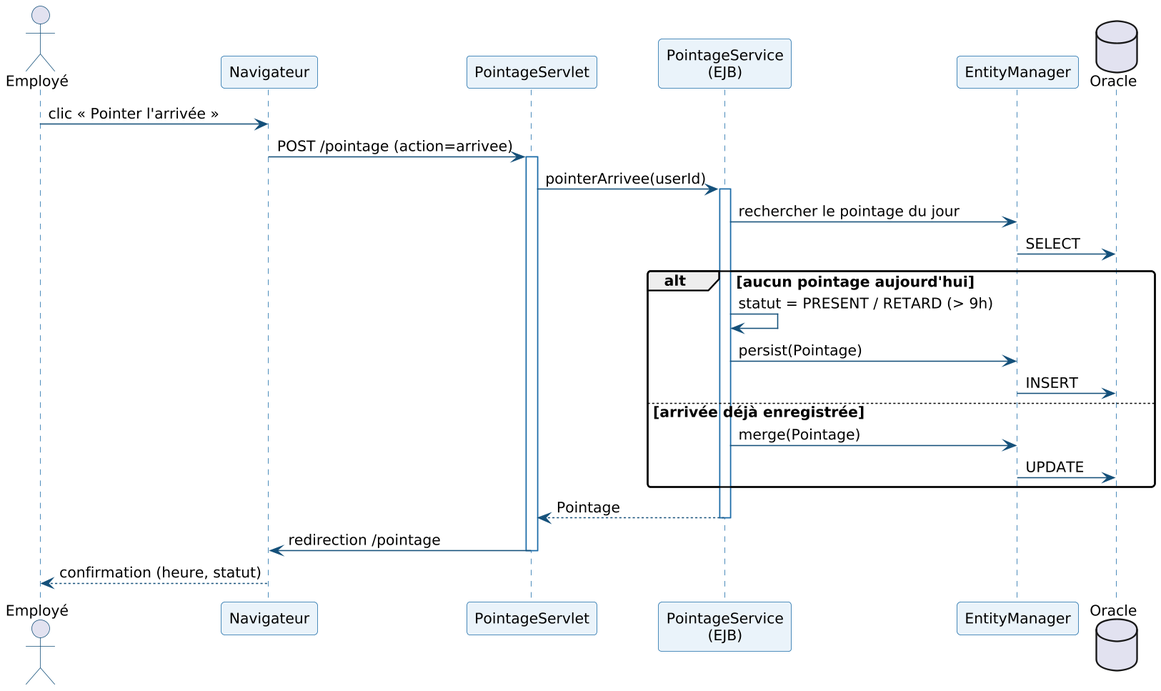
The PlantUML diagram rapport-latex/diagrams/seq_pointage.png in ZizouX0/oussema_korbosli, before a commit.
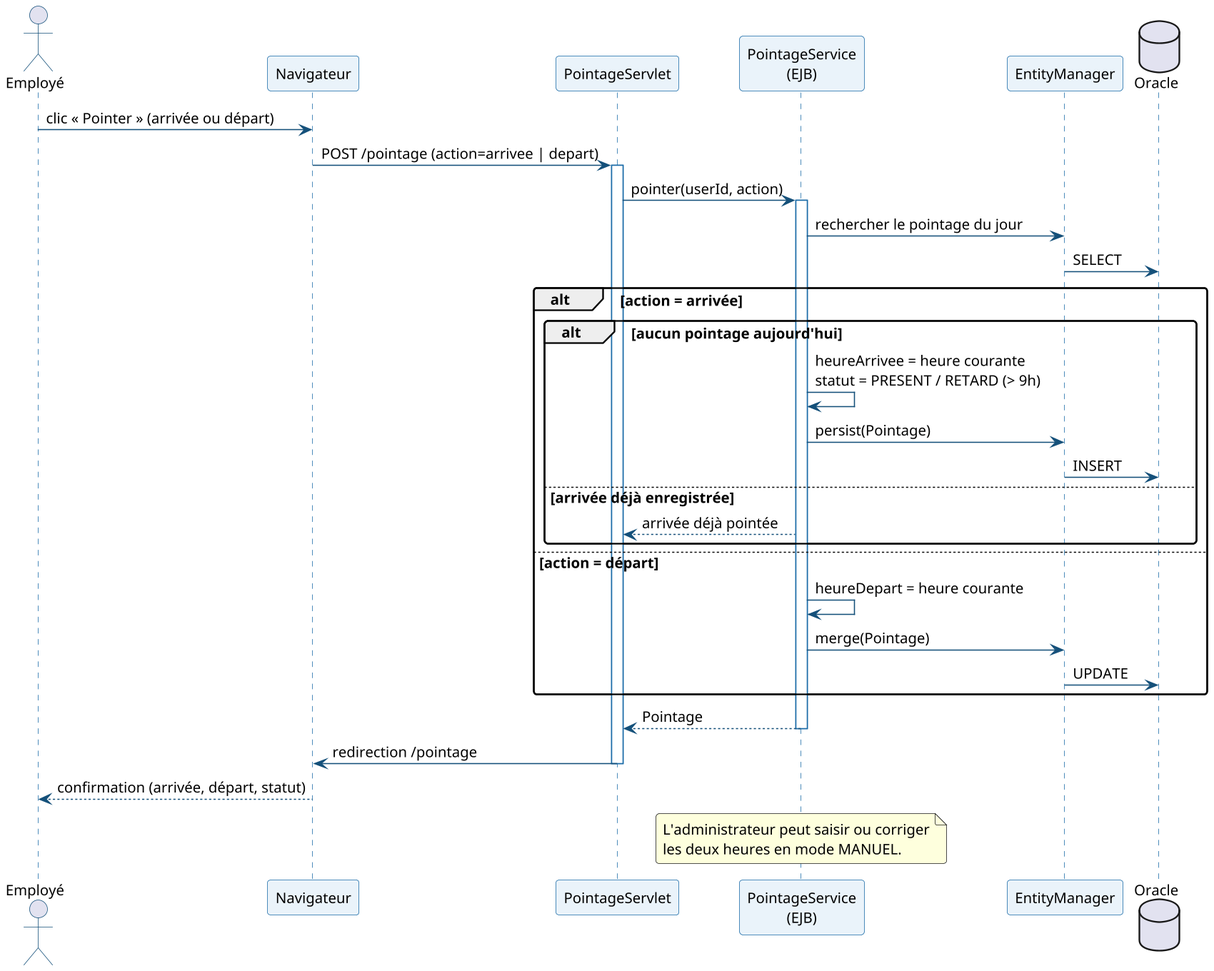
Above is the later version.

Change to the diagram source:
```diff
@@ -20,18 +20,23 @@
 participant "PointageService\n(EJB)" as SVC
 participant "EntityManager" as EM
 database "Oracle" as DB
-EMP -> NAV : clic « Pointer l'arrivée »
-NAV -> SRV : POST /pointage (action=arrivee)
+EMP -> NAV : clic « Pointer » (arrivée ou départ)
+NAV -> SRV : POST /pointage (action=arrivee | depart)
 activate SRV
-SRV -> SVC : pointerArrivee(userId)
+SRV -> SVC : pointer(userId, action)
 activate SVC
 SVC -> EM : rechercher le pointage du jour
 EM -> DB : SELECT
-alt aucun pointage aujourd'hui
-  SVC -> SVC : statut = PRESENT / RETARD (> 9h)
-  SVC -> EM : persist(Pointage)
-  EM -> DB : INSERT
-else arrivée déjà enregistrée
+alt action = arrivée
+  alt aucun pointage aujourd'hui
+    SVC -> SVC : heureArrivee = heure courante\nstatut = PRESENT / RETARD (> 9h)
+    SVC -> EM : persist(Pointage)
+    EM -> DB : INSERT
+  else arrivée déjà enregistrée
+    SVC --> SRV : arrivée déjà pointée
+  end
+else action = départ
+  SVC -> SVC : heureDepart = heure courante
   SVC -> EM : merge(Pointage)
   EM -> DB : UPDATE
 end
@@ -39,5 +44,9 @@
 deactivate SVC
 SRV -> NAV : redirection /pointage
 deactivate SRV
-NAV --> EMP : confirmation (heure, statut)
+NAV --> EMP : confirmation (arrivée, départ, statut)
+note over SVC
+  L'administrateur peut saisir ou corriger
+  les deux heures en mode MANUEL.
+end note
 @enduml
```
